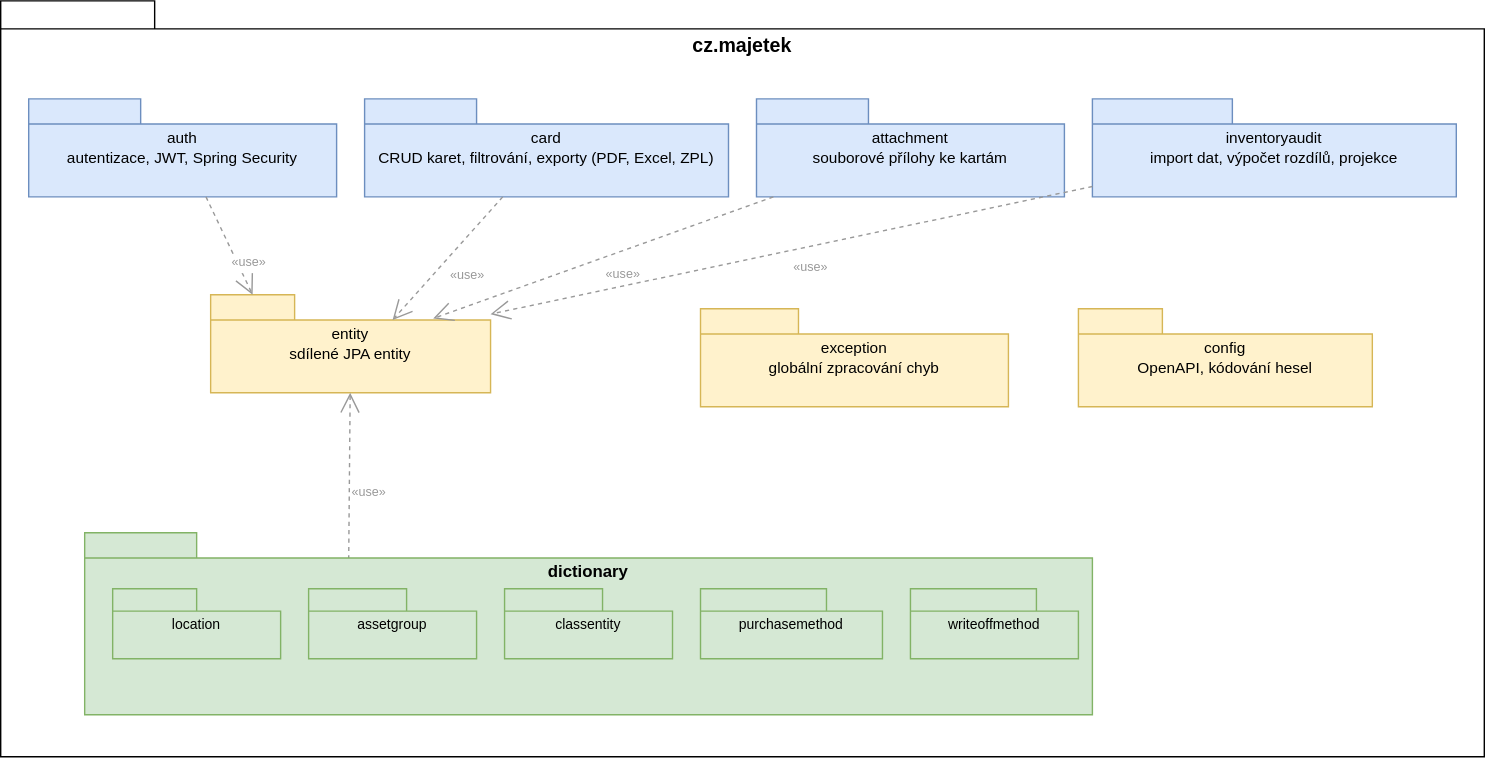
This is thesis/images/package-backend.svg from ondrasovka04/majetek, a draw.io export, as it was before one commit. Source tidied: cells renumbered, new cells last; positions are measured from the earlier drawing's top-left corner, leaving out a move shared by most shapes.
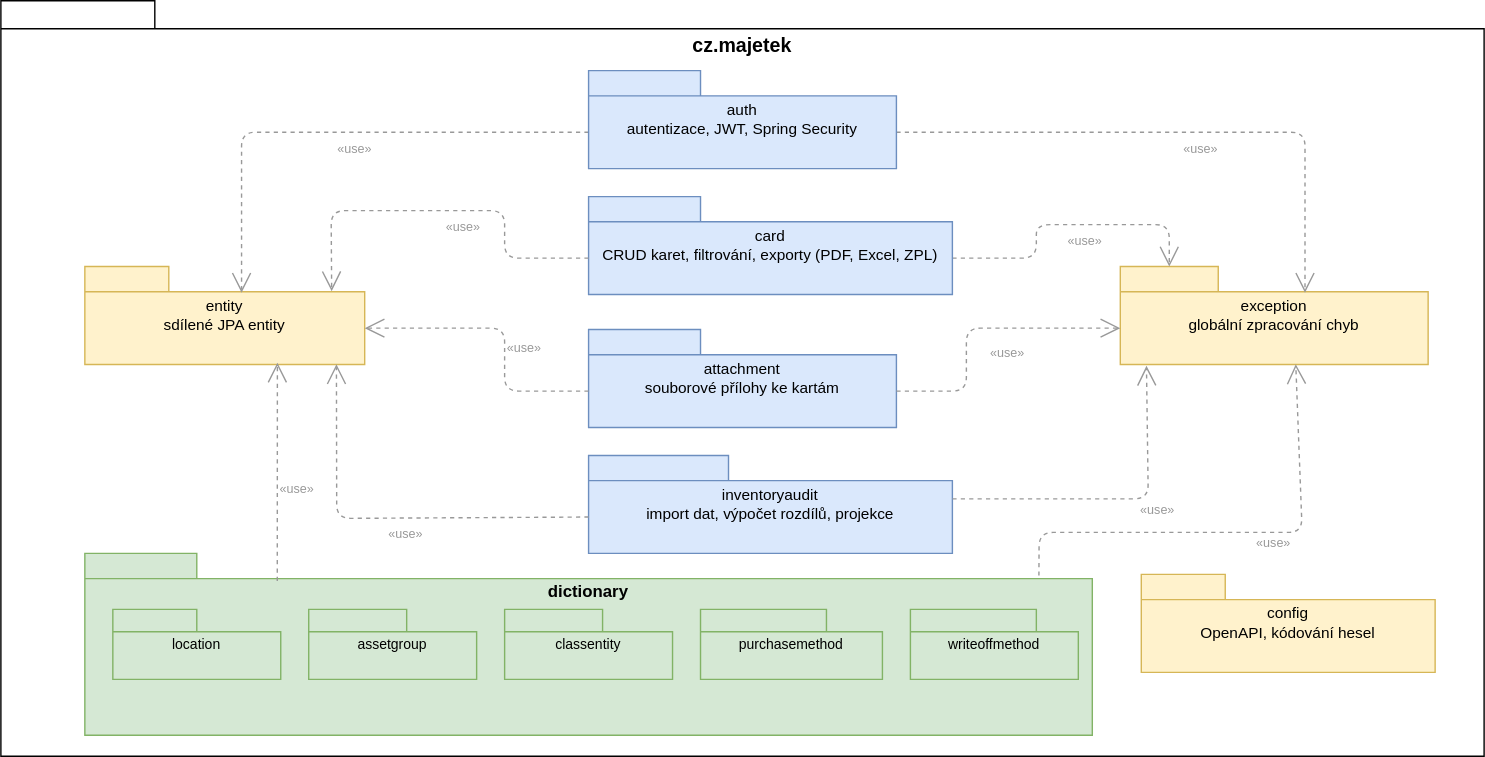
The same diagram one commit later.

What changed in the source:
```diff
@@ -5,59 +5,56 @@
     <mxCell id="2" value="&#10;cz.majetek" style="shape=folder;fontStyle=1;tabWidth=110;tabHeight=20;tabPosition=left;fontSize=14;verticalAlign=top;" parent="1" vertex="1">
       <mxGeometry width="1060" height="540" as="geometry" />
     </mxCell>
-    <mxCell id="3" value="auth&#10;autentizace, JWT, Spring Security" style="shape=folder;fontStyle=0;tabWidth=80;tabHeight=18;tabPosition=left;fontSize=11;whiteSpace=wrap;fillColor=#dae8fc;strokeColor=#6c8ebf;" parent="1" vertex="1">
-      <mxGeometry x="20" y="70" width="220" height="70" as="geometry" />
-    </mxCell>
-    <mxCell id="4" value="card&#10;CRUD karet, filtrování, exporty (PDF, Excel, ZPL)" style="shape=folder;fontStyle=0;tabWidth=80;tabHeight=18;tabPosition=left;fontSize=11;whiteSpace=wrap;fillColor=#dae8fc;strokeColor=#6c8ebf;" parent="1" vertex="1">
-      <mxGeometry x="260" y="70" width="260" height="70" as="geometry" />
-    </mxCell>
     <mxCell id="5" value="attachment&#10;souborové přílohy ke kartám" style="shape=folder;fontStyle=0;tabWidth=80;tabHeight=18;tabPosition=left;fontSize=11;whiteSpace=wrap;fillColor=#dae8fc;strokeColor=#6c8ebf;" parent="1" vertex="1">
-      <mxGeometry x="540" y="70" width="220" height="70" as="geometry" />
+      <mxGeometry x="420" y="235" width="220" height="70" as="geometry" />
     </mxCell>
     <mxCell id="6" value="inventoryaudit&#10;import dat, výpočet rozdílů, projekce" style="shape=folder;fontStyle=0;tabWidth=100;tabHeight=18;tabPosition=left;fontSize=11;whiteSpace=wrap;fillColor=#dae8fc;strokeColor=#6c8ebf;" parent="1" vertex="1">
-      <mxGeometry x="780" y="70" width="260" height="70" as="geometry" />
+      <mxGeometry x="420" y="325" width="260" height="70" as="geometry" />
     </mxCell>
     <mxCell id="7" value="entity&#10;sdílené JPA entity" style="shape=folder;fontStyle=0;tabWidth=60;tabHeight=18;tabPosition=left;fontSize=11;whiteSpace=wrap;fillColor=#fff2cc;strokeColor=#d6b656;" parent="1" vertex="1">
-      <mxGeometry x="150" y="210" width="200" height="70" as="geometry" />
+      <mxGeometry x="60" y="190" width="200" height="70" as="geometry" />
     </mxCell>
     <mxCell id="8" value="exception&#10;globální zpracování chyb" style="shape=folder;fontStyle=0;tabWidth=70;tabHeight=18;tabPosition=left;fontSize=11;whiteSpace=wrap;fillColor=#fff2cc;strokeColor=#d6b656;" parent="1" vertex="1">
-      <mxGeometry x="500" y="220" width="220" height="70" as="geometry" />
+      <mxGeometry x="800" y="190" width="220" height="70" as="geometry" />
     </mxCell>
     <mxCell id="9" value="config&#10;OpenAPI, kódování hesel" style="shape=folder;fontStyle=0;tabWidth=60;tabHeight=18;tabPosition=left;fontSize=11;whiteSpace=wrap;fillColor=#fff2cc;strokeColor=#d6b656;" parent="1" vertex="1">
-      <mxGeometry x="770" y="220" width="210" height="70" as="geometry" />
+      <mxGeometry x="815" y="410" width="210" height="70" as="geometry" />
     </mxCell>
-    <mxCell id="10" style="endArrow=open;endSize=12;dashed=1;strokeColor=#999999;entryX=0;entryY=0;entryDx=30;entryDy=0;entryPerimeter=0;" parent="1" edge="1" source="3" target="7">
-      <mxGeometry relative="1" as="geometry" />
+    <mxCell id="10" style="endArrow=open;endSize=12;dashed=1;strokeColor=#999999;exitX=0;exitY=0;exitDx=0;exitDy=44;exitPerimeter=0;entryX=0.56;entryY=0.267;entryDx=0;entryDy=0;entryPerimeter=0;" parent="1" edge="1" source="3" target="7">
+      <mxGeometry relative="1" as="geometry">
+        <Array as="points">
+          <mxPoint x="172" y="94" />
+        </Array>
+      </mxGeometry>
     </mxCell>
     <mxCell id="11" value="«use»" style="edgeLabel;fontSize=9;fontColor=#999999;" parent="10" vertex="1">
       <mxGeometry relative="1" as="geometry" />
     </mxCell>
-    <mxCell id="12" style="endArrow=open;endSize=12;dashed=1;strokeColor=#999999;entryX=0;entryY=0;entryDx=130;entryDy=18;entryPerimeter=0;" parent="1" edge="1" source="4" target="7">
-      <mxGeometry relative="1" as="geometry" />
-    </mxCell>
-    <mxCell id="13" value="«use»" style="edgeLabel;fontSize=9;fontColor=#999999;" parent="12" vertex="1">
-      <mxGeometry relative="1" as="geometry" />
-    </mxCell>
-    <mxCell id="14" style="endArrow=open;endSize=12;dashed=1;strokeColor=#999999;entryX=0.795;entryY=0.241;entryDx=0;entryDy=0;entryPerimeter=0;" parent="1" edge="1" source="5" target="7">
-      <mxGeometry relative="1" as="geometry" />
+    <mxCell id="14" style="endArrow=open;endSize=12;dashed=1;strokeColor=#999999;entryX=0;entryY=0;entryDx=200;entryDy=44;entryPerimeter=0;exitX=0;exitY=0;exitDx=0;exitDy=44;exitPerimeter=0;" parent="1" edge="1" source="5" target="7">
+      <mxGeometry relative="1" as="geometry">
+        <Array as="points">
+          <mxPoint x="360" y="279" />
+          <mxPoint x="360" y="234" />
+        </Array>
+      </mxGeometry>
     </mxCell>
     <mxCell id="15" value="«use»" style="edgeLabel;fontSize=9;fontColor=#999999;" parent="14" vertex="1">
       <mxGeometry relative="1" as="geometry" />
     </mxCell>
-    <mxCell id="16" style="endArrow=open;endSize=12;dashed=1;strokeColor=#999999;" parent="1" edge="1" source="6" target="7">
-      <mxGeometry relative="1" as="geometry" />
+    <mxCell id="16" style="endArrow=open;endSize=12;dashed=1;strokeColor=#999999;exitX=0;exitY=0;exitDx=260;exitDy=31;exitPerimeter=0;entryX=0.085;entryY=1.013;entryDx=0;entryDy=0;entryPerimeter=0;" parent="1" edge="1" source="6" target="8">
+      <mxGeometry relative="1" as="geometry">
+        <Array as="points">
+          <mxPoint x="820" y="356" />
+        </Array>
+      </mxGeometry>
     </mxCell>
     <mxCell id="17" value="«use»" style="edgeLabel;fontSize=9;fontColor=#999999;" parent="16" vertex="1">
-      <mxGeometry relative="1" as="geometry" />
+      <mxGeometry relative="1" as="geometry">
+        <mxPoint x="15" y="-4" as="offset" />
+      </mxGeometry>
     </mxCell>
-    <mxCell id="18" style="endArrow=open;endSize=12;dashed=1;strokeColor=#999999;exitX=0.262;exitY=0.147;exitDx=0;exitDy=0;exitPerimeter=0;" parent="1" edge="1" source="21" target="7">
-      <mxGeometry relative="1" as="geometry" />
-    </mxCell>
-    <mxCell id="19" value="«use»" style="edgeLabel;fontSize=9;fontColor=#999999;" parent="18" vertex="1">
-      <mxGeometry relative="1" as="geometry" />
-    </mxCell>
     <mxCell id="20" style="group;" parent="1" vertex="1">
-      <mxGeometry x="60" y="380" width="720" height="130" as="geometry" />
+      <mxGeometry x="60" y="395" width="720" height="130" as="geometry" />
     </mxCell>
     <mxCell id="21" value="&#10;dictionary" style="shape=folder;fontStyle=1;tabWidth=80;tabHeight=18;tabPosition=left;fontSize=12;fillColor=#d5e8d4;strokeColor=#82b366;verticalAlign=top;" parent="20" vertex="1">
       <mxGeometry width="720" height="130" as="geometry" />
@@ -77,5 +74,87 @@
     <mxCell id="26" value="writeoffmethod" style="shape=folder;fontStyle=0;tabWidth=90;tabHeight=16;tabPosition=left;fontSize=10;fillColor=#d5e8d4;strokeColor=#82b366;" parent="20" vertex="1">
       <mxGeometry x="590" y="40" width="120" height="50" as="geometry" />
     </mxCell>
+    <mxCell id="27" style="endArrow=open;endSize=12;dashed=1;strokeColor=#999999;entryX=0;entryY=0;entryDx=35;entryDy=0;entryPerimeter=0;exitX=0;exitY=0;exitDx=260;exitDy=44;exitPerimeter=0;" parent="1" edge="1" source="4" target="8">
+      <mxGeometry relative="1" as="geometry">
+        <Array as="points">
+          <mxPoint x="740" y="184" />
+          <mxPoint x="740" y="160" />
+          <mxPoint x="835" y="160" />
+        </Array>
+      </mxGeometry>
+    </mxCell>
+    <mxCell id="28" value="«use»" style="edgeLabel;fontSize=9;fontColor=#999999;" parent="27" vertex="1">
+      <mxGeometry relative="1" as="geometry" />
+    </mxCell>
+    <mxCell id="29" style="endArrow=open;endSize=12;dashed=1;strokeColor=#999999;entryX=0.6;entryY=0.267;entryDx=0;entryDy=0;entryPerimeter=0;exitX=0;exitY=0;exitDx=220;exitDy=44;exitPerimeter=0;" parent="1" edge="1" source="3" target="8">
+      <mxGeometry relative="1" as="geometry">
+        <Array as="points">
+          <mxPoint x="932" y="94" />
+        </Array>
+      </mxGeometry>
+    </mxCell>
+    <mxCell id="30" value="«use»" style="edgeLabel;fontSize=9;fontColor=#999999;" parent="29" vertex="1">
+      <mxGeometry relative="1" as="geometry" />
+    </mxCell>
+    <mxCell id="3" value="auth&#10;autentizace, JWT, Spring Security" style="shape=folder;fontStyle=0;tabWidth=80;tabHeight=18;tabPosition=left;fontSize=11;whiteSpace=wrap;fillColor=#dae8fc;strokeColor=#6c8ebf;" parent="1" vertex="1">
+      <mxGeometry x="420" y="50" width="220" height="70" as="geometry" />
+    </mxCell>
+    <mxCell id="31" style="endArrow=open;endSize=12;dashed=1;strokeColor=#999999;entryX=0;entryY=0;entryDx=0;entryDy=44;entryPerimeter=0;exitX=0;exitY=0;exitDx=220;exitDy=44;exitPerimeter=0;" parent="1" edge="1" source="5" target="8">
+      <mxGeometry relative="1" as="geometry">
+        <Array as="points">
+          <mxPoint x="690" y="279" />
+          <mxPoint x="690" y="234" />
+        </Array>
+      </mxGeometry>
+    </mxCell>
+    <mxCell id="32" value="«use»" style="edgeLabel;fontSize=9;fontColor=#999999;" parent="31" vertex="1">
+      <mxGeometry relative="1" as="geometry">
+        <mxPoint x="8" y="6" as="offset" />
+      </mxGeometry>
+    </mxCell>
+    <mxCell id="18" style="endArrow=open;endSize=12;dashed=1;strokeColor=#999999;exitX=0.191;exitY=0.152;exitDx=0;exitDy=0;exitPerimeter=0;entryX=0.688;entryY=0.981;entryDx=0;entryDy=0;entryPerimeter=0;" parent="1" edge="1" source="21" target="7">
+      <mxGeometry relative="1" as="geometry" />
+    </mxCell>
+    <mxCell id="33" value="«use»" style="edgeLabel;fontSize=9;fontColor=#999999;" parent="18" vertex="1">
+      <mxGeometry relative="1" as="geometry" />
+    </mxCell>
+    <mxCell id="4" value="card&#10;CRUD karet, filtrování, exporty (PDF, Excel, ZPL)" style="shape=folder;fontStyle=0;tabWidth=80;tabHeight=18;tabPosition=left;fontSize=11;whiteSpace=wrap;fillColor=#dae8fc;strokeColor=#6c8ebf;" parent="1" vertex="1">
+      <mxGeometry x="420" y="140" width="260" height="70" as="geometry" />
+    </mxCell>
+    <mxCell id="34" style="endArrow=open;endSize=12;dashed=1;strokeColor=#999999;entryX=0.899;entryY=0.997;entryDx=0;entryDy=0;entryPerimeter=0;exitX=0;exitY=0;exitDx=0;exitDy=44;exitPerimeter=0;" parent="1" edge="1" source="6" target="7">
+      <mxGeometry relative="1" as="geometry">
+        <Array as="points">
+          <mxPoint x="240" y="370" />
+        </Array>
+      </mxGeometry>
+    </mxCell>
+    <mxCell id="35" value="«use»" style="edgeLabel;fontSize=9;fontColor=#999999;" parent="34" vertex="1">
+      <mxGeometry relative="1" as="geometry" />
+    </mxCell>
+    <mxCell id="12" style="endArrow=open;endSize=12;dashed=1;strokeColor=#999999;exitX=0;exitY=0;exitDx=0;exitDy=44;exitPerimeter=0;entryX=0.882;entryY=0.251;entryDx=0;entryDy=0;entryPerimeter=0;" parent="1" edge="1" source="4" target="7">
+      <mxGeometry relative="1" as="geometry">
+        <Array as="points">
+          <mxPoint x="360" y="184" />
+          <mxPoint x="360" y="150" />
+          <mxPoint x="236" y="150" />
+        </Array>
+      </mxGeometry>
+    </mxCell>
+    <mxCell id="36" value="«use»" style="edgeLabel;fontSize=9;fontColor=#999999;" parent="12" vertex="1">
+      <mxGeometry relative="1" as="geometry" />
+    </mxCell>
+    <mxCell id="37" style="endArrow=open;endSize=12;dashed=1;strokeColor=#999999;exitX=0.947;exitY=0.122;exitDx=0;exitDy=0;exitPerimeter=0;entryX=0.57;entryY=0.997;entryDx=0;entryDy=0;entryPerimeter=0;" parent="1" edge="1" source="21" target="8">
+      <mxGeometry relative="1" as="geometry">
+        <Array as="points">
+          <mxPoint x="742" y="380" />
+          <mxPoint x="930" y="380" />
+        </Array>
+      </mxGeometry>
+    </mxCell>
+    <mxCell id="38" value="«use»" style="edgeLabel;fontSize=9;fontColor=#999999;" parent="37" vertex="1">
+      <mxGeometry relative="1" as="geometry">
+        <mxPoint x="15" y="-4" as="offset" />
+      </mxGeometry>
+    </mxCell>
   </root>
 </mxGraphModel>
```
